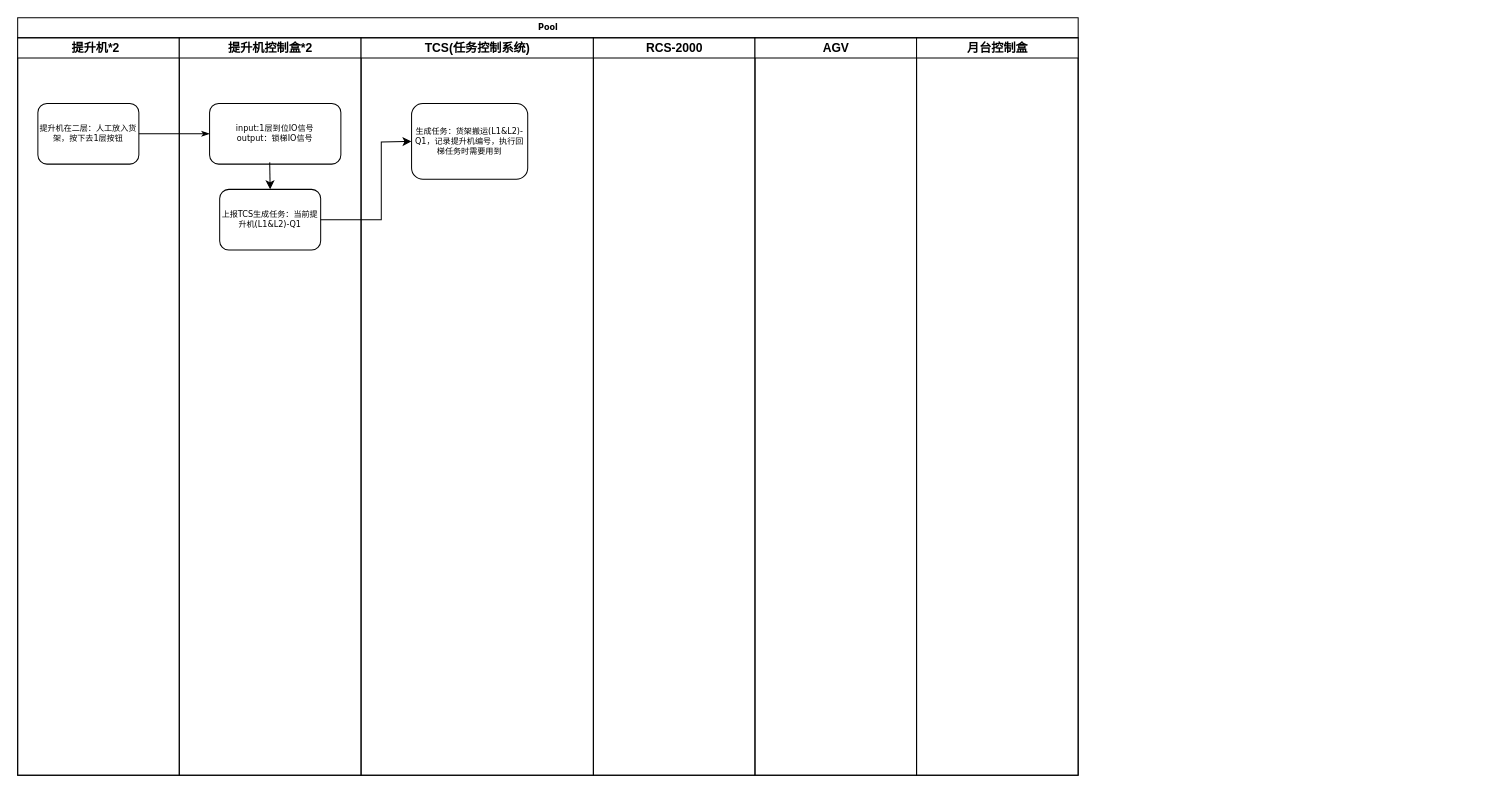
This is data/五子醉流程图2.drawio from chenyanxi/hosts, a draw.io file, before an edit. Source tidied: cells renumbered, new cells numbered last; positions are measured from the earlier drawing's top-left corner, leaving out a move shared by most shapes. Both pictures are drawn from the tidied source at 101%, with x=0, y=0 at pixel (17, 17).
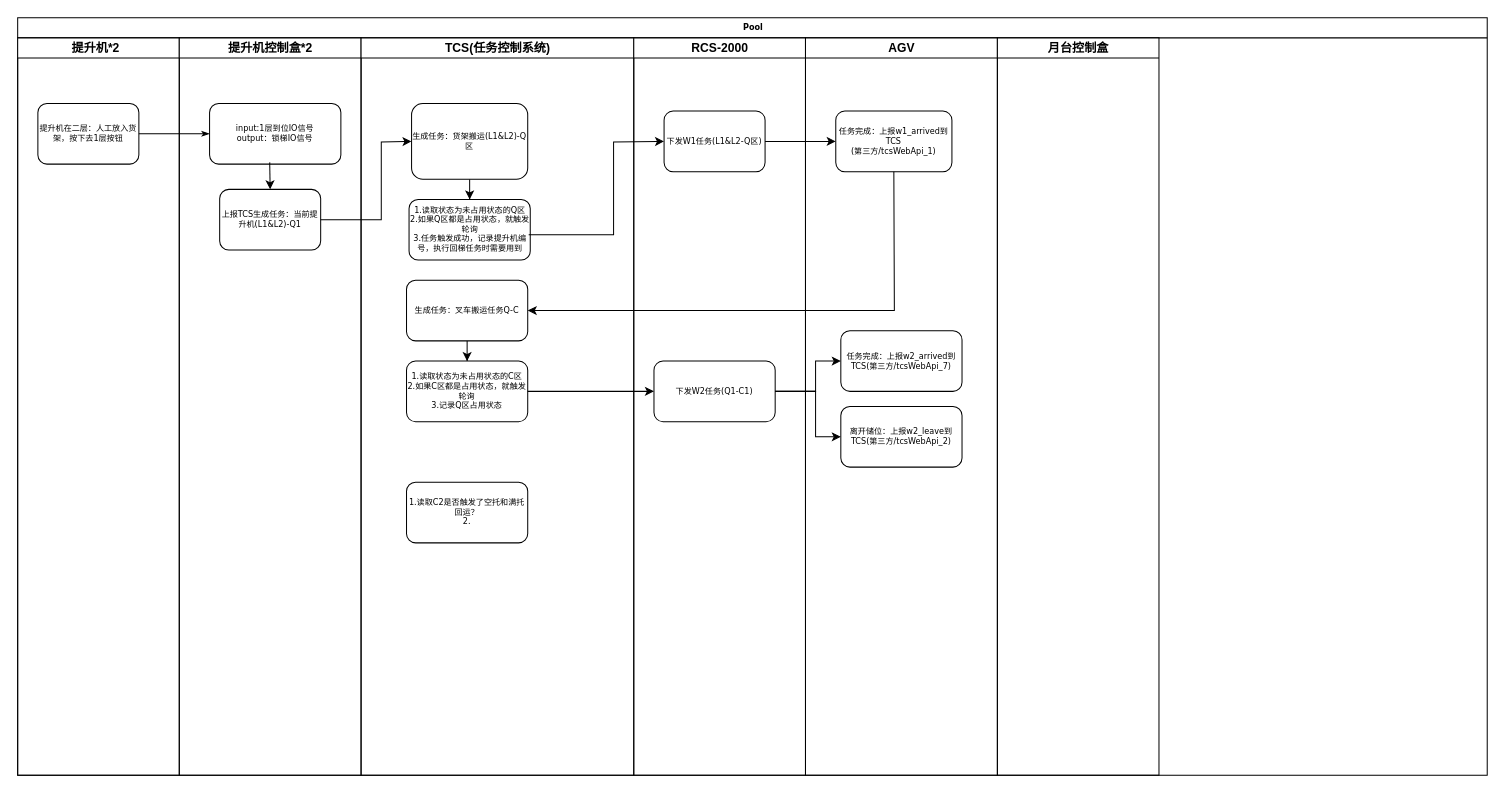
Above is the later version.

Commit message (it also covers changes not shown here):
更新五子醉流程图2.drawio

Diff of the diagram source:
```diff
@@
     <mxCell id="2" value="Pool" style="swimlane;html=1;startSize=20;rounded=0;shadow=0;labelBackgroundColor=none;strokeWidth=1;fontFamily=Verdana;fontSize=8;align=center;" parent="1" vertex="1">
-      <mxGeometry width="1050" height="750" as="geometry" />
+      <mxGeometry width="1455" height="750" as="geometry" />
     </mxCell>
@@
     <mxCell id="10" value="TCS(任务控制系统)" style="swimlane;html=1;startSize=20;" parent="2" vertex="1">
-      <mxGeometry x="340" y="20" width="230" height="730" as="geometry" />
+      <mxGeometry x="340" y="20" width="270" height="730" as="geometry" />
     </mxCell>
+    <mxCell id="16" style="edgeStyle=orthogonalEdgeStyle;rounded=0;jettySize=auto;html=1;" parent="10" edge="1" source="11" target="17">
+      <mxGeometry relative="1" as="geometry" />
+    </mxCell>
-    <mxCell id="11" value="生成任务：货架搬运(L1&amp;amp;L2)-Q1，记录提升机编号，执行回梯任务时需要用到" style="whiteSpace=wrap;html=1;fontSize=8;fontFamily=Verdana;rounded=1;shadow=0;labelBackgroundColor=none;strokeWidth=1;fillColor=#FFFFFF;" parent="10" vertex="1">
+    <mxCell id="11" value="生成任务：货架搬运(L1&amp;amp;L2)-Q区" style="whiteSpace=wrap;html=1;fontSize=8;fontFamily=Verdana;rounded=1;shadow=0;labelBackgroundColor=none;strokeWidth=1;fillColor=#FFFFFF;" parent="10" vertex="1">
       <mxGeometry x="50" y="65" width="115" height="75" as="geometry" />
     </mxCell>
+    <mxCell id="17" value="1.读取状态为未占用状态的Q区&lt;br&gt;2.如果Q区都是占用状态，就触发轮询&lt;br&gt;3.任务触发成功，记录提升机编号，执行回梯任务时需要用到" style="whiteSpace=wrap;html=1;fontSize=8;fontFamily=Verdana;fillColor=#FFFFFF;rounded=1;shadow=0;labelBackgroundColor=none;strokeWidth=1;" parent="10" vertex="1">
+      <mxGeometry x="47.5" y="160" width="120" height="60" as="geometry" />
+    </mxCell>
+    <mxCell id="18" style="edgeStyle=orthogonalEdgeStyle;rounded=0;jettySize=auto;html=1;" parent="10" edge="1" source="19" target="20">
+      <mxGeometry relative="1" as="geometry" />
+    </mxCell>
+    <mxCell id="19" value="生成任务：叉车搬运任务Q-C" style="whiteSpace=wrap;html=1;fontSize=8;fontFamily=Verdana;fillColor=#FFFFFF;rounded=1;shadow=0;labelBackgroundColor=none;strokeWidth=1;" parent="10" vertex="1">
+      <mxGeometry x="45" y="240" width="120" height="60" as="geometry" />
+    </mxCell>
+    <mxCell id="20" value="1.读取状态为未占用状态的C区&lt;br&gt;2.如果C区都是占用状态，就触发轮询&lt;br&gt;3.记录Q区占用状态" style="whiteSpace=wrap;html=1;fontSize=8;fontFamily=Verdana;fillColor=#FFFFFF;rounded=1;shadow=0;labelBackgroundColor=none;strokeWidth=1;" parent="10" vertex="1">
+      <mxGeometry x="45" y="320" width="120" height="60" as="geometry" />
+    </mxCell>
+    <mxCell id="21" value="1.读取C2是否触发了空托和满托回运？&lt;br&gt;2." style="whiteSpace=wrap;html=1;fontSize=8;fontFamily=Verdana;fillColor=#FFFFFF;rounded=1;shadow=0;labelBackgroundColor=none;strokeWidth=1;" parent="10" vertex="1">
+      <mxGeometry x="45" y="440" width="120" height="60" as="geometry" />
+    </mxCell>
     <mxCell id="12" value="RCS-2000" style="swimlane;html=1;startSize=20;" parent="2" vertex="1">
-      <mxGeometry x="570" y="20" width="160" height="730" as="geometry" />
+      <mxGeometry x="610" y="20" width="170" height="730" as="geometry" />
     </mxCell>
+    <mxCell id="22" value="下发W1任务(L1&amp;amp;L2-Q区)" style="rounded=1;whiteSpace=wrap;html=1;shadow=0;labelBackgroundColor=none;strokeWidth=1;fontFamily=Verdana;fontSize=8;align=center;" parent="12" vertex="1">
+      <mxGeometry x="30" y="72.5" width="100" height="60" as="geometry" />
+    </mxCell>
+    <mxCell id="23" value="下发W2任务(Q1-C1)" style="whiteSpace=wrap;html=1;fontSize=8;fontFamily=Verdana;fillColor=#FFFFFF;rounded=1;shadow=0;labelBackgroundColor=none;strokeWidth=1;" parent="12" vertex="1">
+      <mxGeometry x="20" y="320" width="120" height="60" as="geometry" />
+    </mxCell>
     <mxCell id="13" value="AGV" style="swimlane;html=1;startSize=20;" parent="2" vertex="1">
-      <mxGeometry x="730" y="20" width="160" height="730" as="geometry" />
+      <mxGeometry x="780" y="20" width="190" height="730" as="geometry" />
     </mxCell>
+    <mxCell id="24" value="任务完成：上报w1_arrived到TCS&lt;br&gt;(第三方/tcsWebApi_1)" style="whiteSpace=wrap;html=1;fontSize=8;fontFamily=Verdana;rounded=1;shadow=0;labelBackgroundColor=none;strokeWidth=1;" parent="13" vertex="1">
+      <mxGeometry x="30" y="72.5" width="115" height="60" as="geometry" />
+    </mxCell>
+    <mxCell id="25" value="任务完成：上报w2_arrived到TCS(第三方/tcsWebApi_7)" style="whiteSpace=wrap;html=1;fontSize=8;fontFamily=Verdana;fillColor=#FFFFFF;rounded=1;shadow=0;labelBackgroundColor=none;strokeWidth=1;" parent="13" vertex="1">
+      <mxGeometry x="35" y="290" width="120" height="60" as="geometry" />
+    </mxCell>
+    <mxCell id="26" value="离开储位：上报w2_leave到TCS(第三方/tcsWebApi_2)" style="whiteSpace=wrap;html=1;fontSize=8;fontFamily=Verdana;fillColor=#FFFFFF;rounded=1;shadow=0;labelBackgroundColor=none;strokeWidth=1;" parent="13" vertex="1">
+      <mxGeometry x="35" y="365" width="120" height="60" as="geometry" />
+    </mxCell>
     <mxCell id="14" value="月台控制盒" style="swimlane;html=1;startSize=20;" parent="2" vertex="1">
-      <mxGeometry x="890" y="20" width="160" height="730" as="geometry" />
+      <mxGeometry x="970" y="20" width="160" height="730" as="geometry" />
     </mxCell>
@@
+    <mxCell id="27" style="endArrow=classic;html=1;rounded=0;exitX=0.987;exitY=0.583;exitDx=0;exitDy=0;entryX=0;entryY=0.5;entryDx=0;entryDy=0;exitPerimeter=0;" parent="2" edge="1" source="17" target="22">
+      <mxGeometry relative="1" as="geometry">
+        <Array as="points">
+          <mxPoint x="590" y="215" />
+          <mxPoint x="590" y="123" />
+        </Array>
+      </mxGeometry>
+    </mxCell>
+    <mxCell id="28" style="endArrow=classic;html=1;rounded=0;exitX=1;exitY=0.5;exitDx=0;exitDy=0;entryX=0;entryY=0.5;entryDx=0;entryDy=0;" parent="2" edge="1" source="22" target="24">
+      <mxGeometry relative="1" as="geometry" />
+    </mxCell>
+    <mxCell id="29" style="edgeStyle=orthogonalEdgeStyle;rounded=0;jettySize=auto;html=1;" parent="2" edge="1" source="20" target="23">
+      <mxGeometry relative="1" as="geometry" />
+    </mxCell>
+    <mxCell id="30" style="endArrow=classic;html=1;rounded=0;exitX=0.5;exitY=1;exitDx=0;exitDy=0;entryX=1;entryY=0.5;entryDx=0;entryDy=0;" parent="2" edge="1" source="24" target="19">
+      <mxGeometry relative="1" as="geometry">
+        <Array as="points">
+          <mxPoint x="868" y="290" />
+        </Array>
+      </mxGeometry>
+    </mxCell>
+    <mxCell id="31" style="edgeStyle=orthogonalEdgeStyle;rounded=0;jettySize=auto;html=1;" parent="2" edge="1" source="23" target="25">
+      <mxGeometry relative="1" as="geometry">
+        <Array as="points">
+          <mxPoint x="790" y="370" />
+          <mxPoint x="790" y="340" />
+        </Array>
+      </mxGeometry>
+    </mxCell>
+    <mxCell id="32" style="edgeStyle=orthogonalEdgeStyle;rounded=0;jettySize=auto;html=1;" parent="2" edge="1" source="23" target="26">
+      <mxGeometry relative="1" as="geometry">
+        <Array as="points">
+          <mxPoint x="790" y="370" />
+          <mxPoint x="790" y="415" />
+        </Array>
+      </mxGeometry>
+    </mxCell>
```
